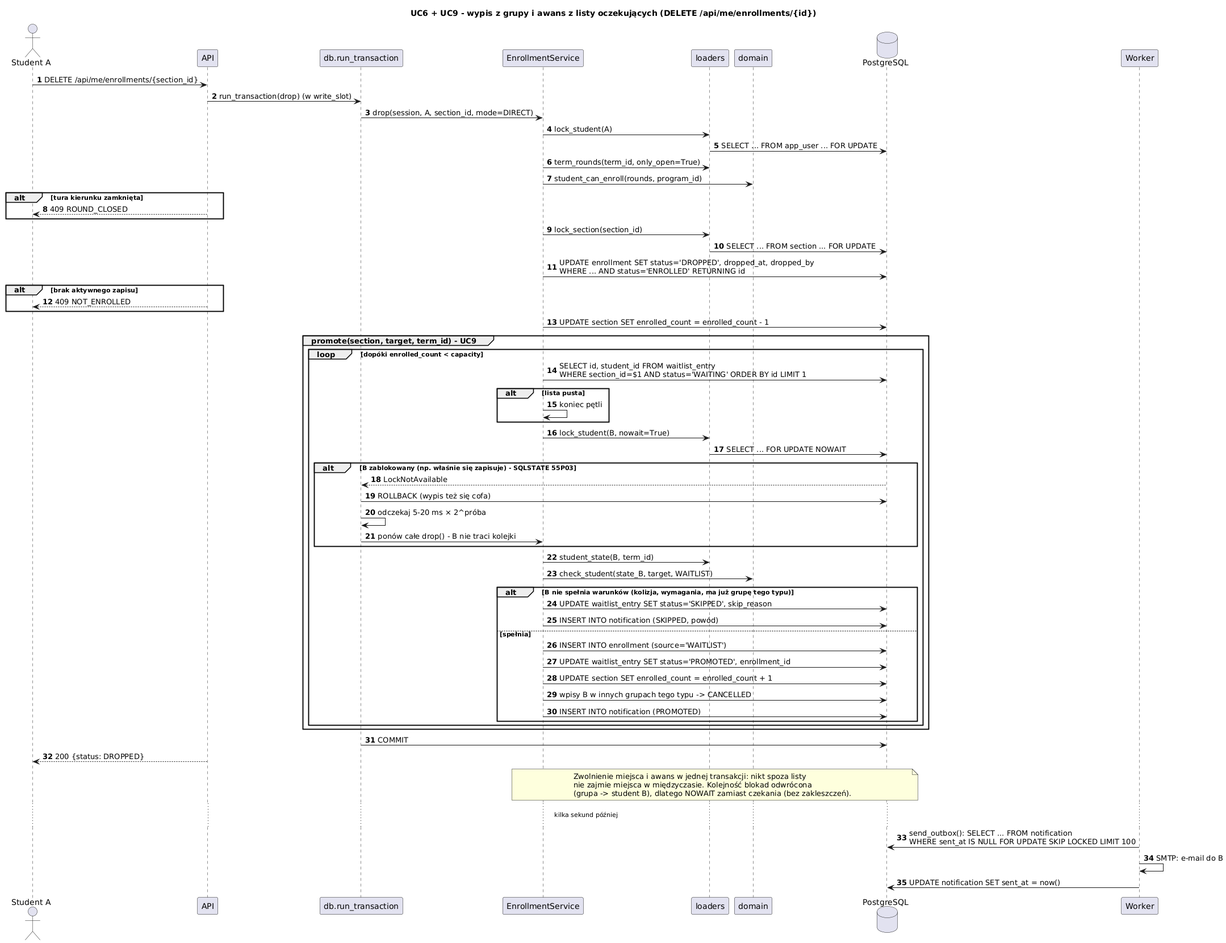
The PlantUML diagram etap3/diagramy/sekwencja_wypis_awans.png in Husaria55/USOSv2, before a commit.
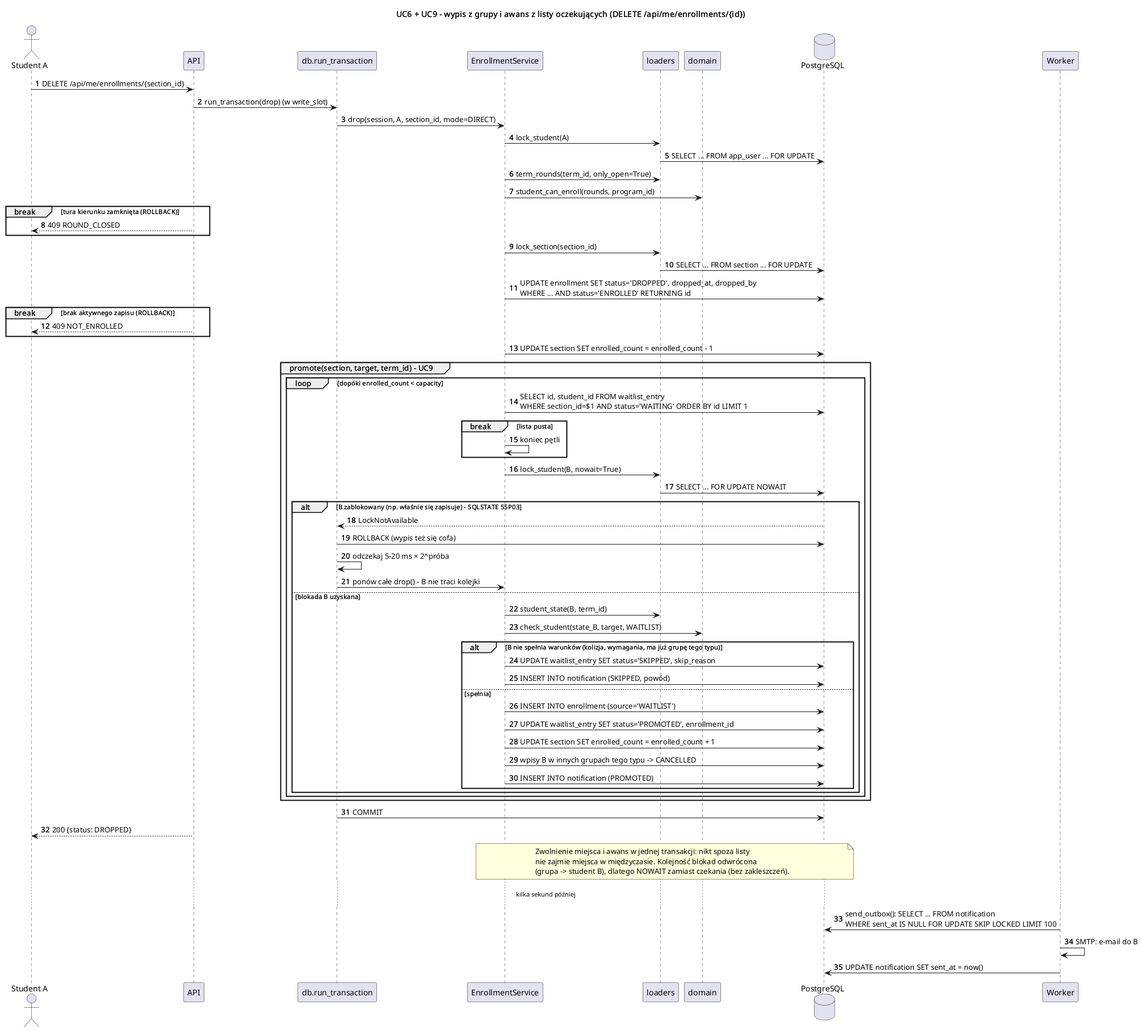
After the commit.

What changed in the source:
```diff
@@ -20,13 +20,13 @@
 ld -> db : SELECT ... FROM app_user ... FOR UPDATE
 svc -> ld : term_rounds(term_id, only_open=True)
 svc -> dom : student_can_enroll(rounds, program_id)
-alt tura kierunku zamknięta
+break tura kierunku zamknięta (ROLLBACK)
   api --> A : 409 ROUND_CLOSED
 end
 svc -> ld : lock_section(section_id)
 ld -> db : SELECT ... FROM section ... FOR UPDATE
 svc -> db : UPDATE enrollment SET status='DROPPED', dropped_at, dropped_by\nWHERE ... AND status='ENROLLED' RETURNING id
-alt brak aktywnego zapisu
+break brak aktywnego zapisu (ROLLBACK)
   api --> A : 409 NOT_ENROLLED
 end
 svc -> db : UPDATE section SET enrolled_count = enrolled_count - 1
@@ -34,7 +34,7 @@
 group promote(section, target, term_id) - UC9
   loop dopóki enrolled_count < capacity
     svc -> db : SELECT id, student_id FROM waitlist_entry\nWHERE section_id=$1 AND status='WAITING' ORDER BY id LIMIT 1
-    alt lista pusta
+    break lista pusta
       svc -> svc : koniec pętli
     end
     svc -> ld : lock_student(B, nowait=True)
@@ -44,18 +44,19 @@
       tx -> db : ROLLBACK (wypis też się cofa)
       tx -> tx : odczekaj 5-20 ms × 2^próba
       tx -> svc : ponów całe drop() - B nie traci kolejki
-    end
-    svc -> ld : student_state(B, term_id)
-    svc -> dom : check_student(state_B, target, WAITLIST)
-    alt B nie spełnia warunków (kolizja, wymagania, ma już grupę tego typu)
-      svc -> db : UPDATE waitlist_entry SET status='SKIPPED', skip_reason
-      svc -> db : INSERT INTO notification (SKIPPED, powód)
-    else spełnia
-      svc -> db : INSERT INTO enrollment (source='WAITLIST')
-      svc -> db : UPDATE waitlist_entry SET status='PROMOTED', enrollment_id
-      svc -> db : UPDATE section SET enrolled_count = enrolled_count + 1
-      svc -> db : wpisy B w innych grupach tego typu -> CANCELLED
-      svc -> db : INSERT INTO notification (PROMOTED)
+    else blokada B uzyskana
+      svc -> ld : student_state(B, term_id)
+      svc -> dom : check_student(state_B, target, WAITLIST)
+      alt B nie spełnia warunków (kolizja, wymagania, ma już grupę tego typu)
+        svc -> db : UPDATE waitlist_entry SET status='SKIPPED', skip_reason
+        svc -> db : INSERT INTO notification (SKIPPED, powód)
+      else spełnia
+        svc -> db : INSERT INTO enrollment (source='WAITLIST')
+        svc -> db : UPDATE waitlist_entry SET status='PROMOTED', enrollment_id
+        svc -> db : UPDATE section SET enrolled_count = enrolled_count + 1
+        svc -> db : wpisy B w innych grupach tego typu -> CANCELLED
+        svc -> db : INSERT INTO notification (PROMOTED)
+      end
     end
   end
 end
```
